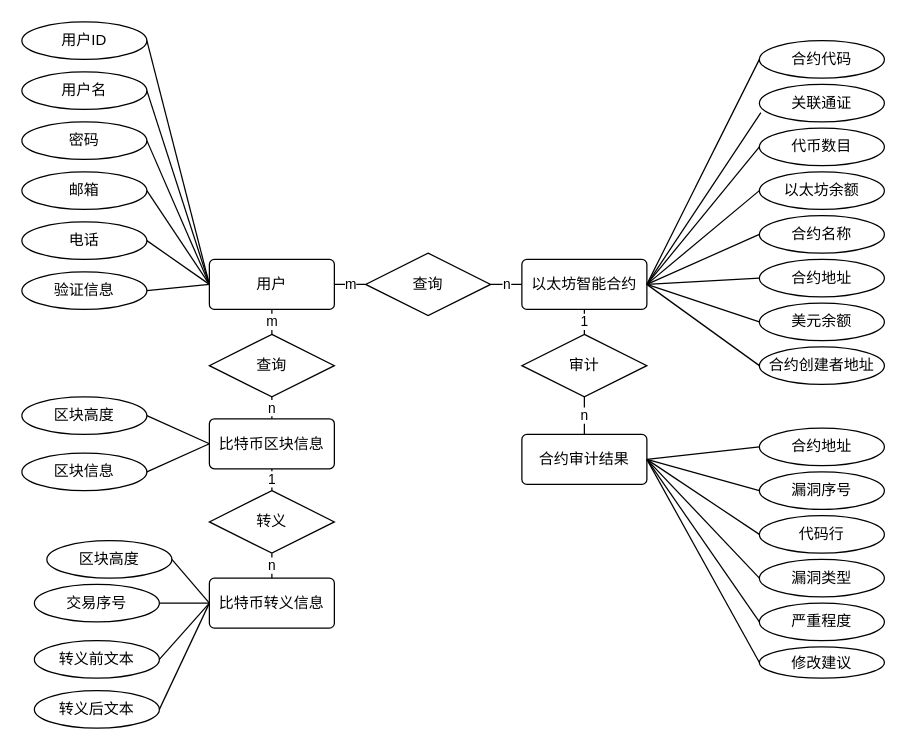
Earlier version of the draw.io diagram er.drawio (wang2gua/test). Source tidied: cells renumbered, new cells numbered last; positions are measured from the earlier drawing's top-left corner, leaving out a move shared by most shapes. Both pictures are drawn from the tidied source at 125%, with x=0, y=0 at pixel (21, 21).
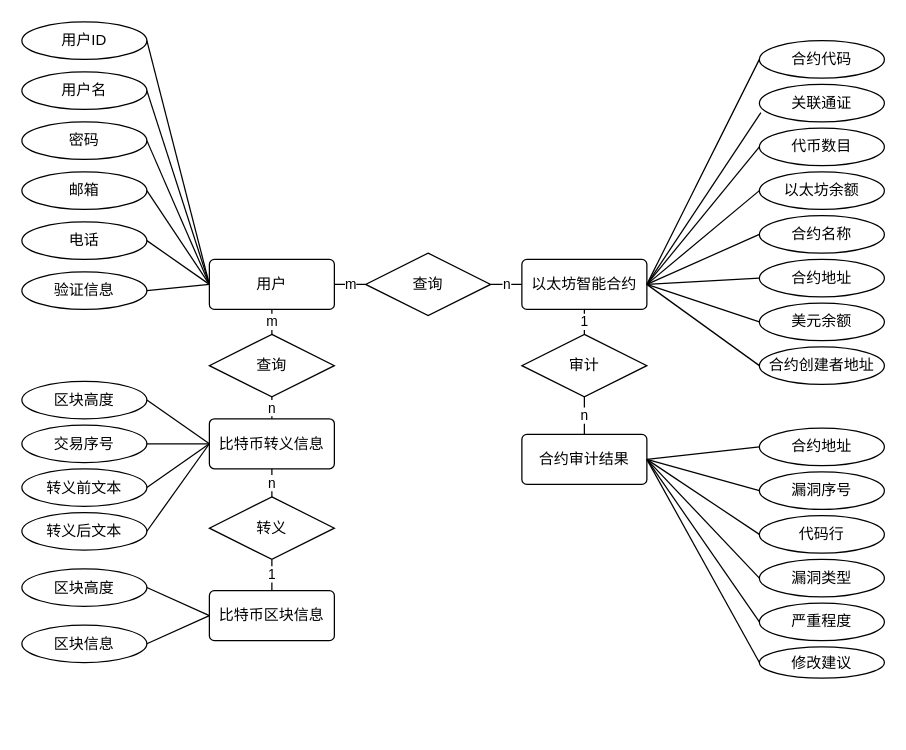
After the change.

The change refers to these unchanged cells:
```xml
<mxCell id="37" value="查询" style="rhombus;whiteSpace=wrap;html=1;" parent="1" vertex="1">
  <mxGeometry x="150" y="250" width="100" height="50" as="geometry" />
</mxCell>
```

Change to the diagram source:
```diff
@@
     <mxCell id="7" value="比特币区块信息" style="rounded=1;arcSize=10;whiteSpace=wrap;html=1;align=center;" parent="1" vertex="1">
-      <mxGeometry x="150" y="317.5" width="100" height="40" as="geometry" />
+      <mxGeometry x="150" y="455" width="100" height="40" as="geometry" />
     </mxCell>
     <mxCell id="8" value="比特币转义信息" style="rounded=1;arcSize=10;whiteSpace=wrap;html=1;align=center;" parent="1" vertex="1">
-      <mxGeometry x="150" y="445" width="100" height="40" as="geometry" />
+      <mxGeometry x="150" y="317.5" width="100" height="40" as="geometry" />
     </mxCell>
@@
     <mxCell id="38" value="转义" style="rhombus;whiteSpace=wrap;html=1;" parent="1" vertex="1">
-      <mxGeometry x="150" y="375" width="100" height="50" as="geometry" />
+      <mxGeometry x="150" y="380" width="100" height="50" as="geometry" />
     </mxCell>
@@
-    <mxCell id="43" value="n" style="endArrow=none;html=1;entryX=0.5;entryY=1;entryDx=0;entryDy=0;exitX=0.5;exitY=0;exitDx=0;exitDy=0;" parent="1" edge="1" source="7" target="37">
-      <mxGeometry relative="1" as="geometry" />
-    </mxCell>
@@
-    <mxCell id="45" value="1" style="endArrow=none;html=1;entryX=0.5;entryY=1;entryDx=0;entryDy=0;exitX=0.5;exitY=0;exitDx=0;exitDy=0;" parent="1" edge="1" source="38" target="7">
-      <mxGeometry relative="1" as="geometry" />
-    </mxCell>
-    <mxCell id="46" value="n" style="endArrow=none;html=1;entryX=0.5;entryY=1;entryDx=0;entryDy=0;exitX=0.5;exitY=0;exitDx=0;exitDy=0;" parent="1" edge="1" source="8" target="38">
-      <mxGeometry relative="1" as="geometry" />
-    </mxCell>
@@
     <mxCell id="53" value="区块高度" style="ellipse;whiteSpace=wrap;html=1;align=center;" parent="1" vertex="1">
-      <mxGeometry y="300" width="100" height="30" as="geometry" />
+      <mxGeometry y="437.5" width="100" height="30" as="geometry" />
     </mxCell>
     <mxCell id="54" value="区块信息" style="ellipse;whiteSpace=wrap;html=1;align=center;" parent="1" vertex="1">
-      <mxGeometry y="345" width="100" height="30" as="geometry" />
+      <mxGeometry y="482.5" width="100" height="30" as="geometry" />
     </mxCell>
     <mxCell id="55" value="转义后文本" style="ellipse;whiteSpace=wrap;html=1;align=center;" parent="1" vertex="1">
-      <mxGeometry x="10" y="535" width="100" height="30" as="geometry" />
+      <mxGeometry y="392.5" width="100" height="30" as="geometry" />
     </mxCell>
     <mxCell id="56" value="转义前文本" style="ellipse;whiteSpace=wrap;html=1;align=center;" parent="1" vertex="1">
-      <mxGeometry x="10" y="495" width="100" height="30" as="geometry" />
+      <mxGeometry y="357.5" width="100" height="30" as="geometry" />
     </mxCell>
     <mxCell id="57" value="交易序号" style="ellipse;whiteSpace=wrap;html=1;align=center;" parent="1" vertex="1">
-      <mxGeometry x="10" y="450" width="100" height="30" as="geometry" />
+      <mxGeometry y="322.5" width="100" height="30" as="geometry" />
     </mxCell>
     <mxCell id="58" value="区块高度" style="ellipse;whiteSpace=wrap;html=1;align=center;" parent="1" vertex="1">
-      <mxGeometry x="20" y="415" width="100" height="30" as="geometry" />
+      <mxGeometry y="287.5" width="100" height="30" as="geometry" />
     </mxCell>
@@
     <mxCell id="63" style="endArrow=none;html=1;exitX=1;exitY=0.5;exitDx=0;exitDy=0;" parent="1" edge="1" source="56">
       <mxGeometry relative="1" as="geometry">
-        <mxPoint x="150" y="465" as="targetPoint" />
+        <mxPoint x="150" y="337.5" as="targetPoint" />
       </mxGeometry>
     </mxCell>
@@
+    <mxCell id="71" value="n" style="endArrow=none;html=1;entryX=0.5;entryY=0;entryDx=0;entryDy=0;exitX=0.5;exitY=1;exitDx=0;exitDy=0;" parent="1" edge="1" source="37" target="8">
+      <mxGeometry relative="1" as="geometry" />
+    </mxCell>
+    <mxCell id="45" value="1" style="endArrow=none;html=1;entryX=0.5;entryY=1;entryDx=0;entryDy=0;exitX=0.5;exitY=0;exitDx=0;exitDy=0;" parent="1" edge="1" source="7" target="38">
+      <mxGeometry relative="1" as="geometry" />
+    </mxCell>
+    <mxCell id="46" value="n" style="endArrow=none;html=1;entryX=0.5;entryY=0;entryDx=0;entryDy=0;exitX=0.5;exitY=1;exitDx=0;exitDy=0;" parent="1" edge="1" source="8" target="38">
+      <mxGeometry relative="1" as="geometry" />
+    </mxCell>
```
